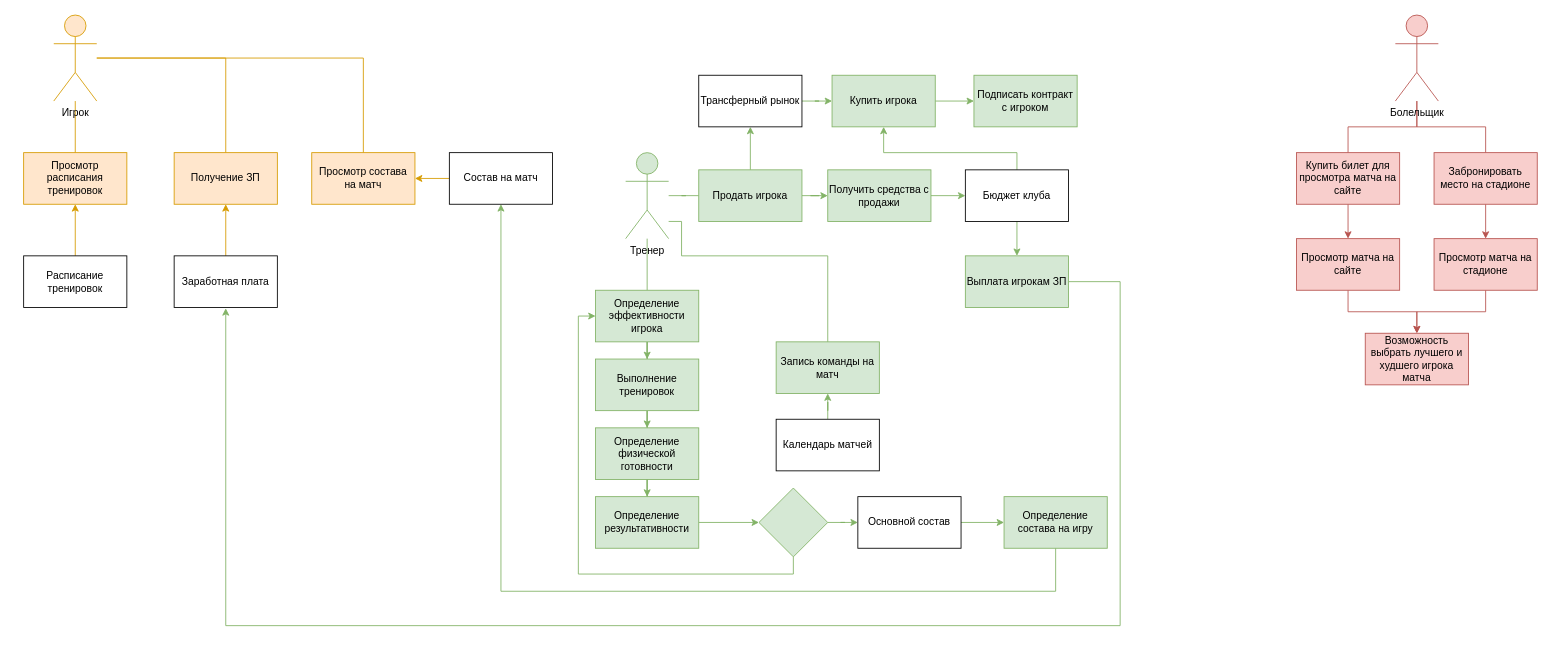
Before: DFD Diagramm.drawio in Alexsander996/football, a draw.io diagram. Source tidied: cells renumbered, new cells numbered last; positions are measured from the earlier drawing's top-left corner, leaving out a move shared by most shapes. Both pictures are drawn from the tidied source at 86%, with x=0, y=0 at pixel (23, 15).
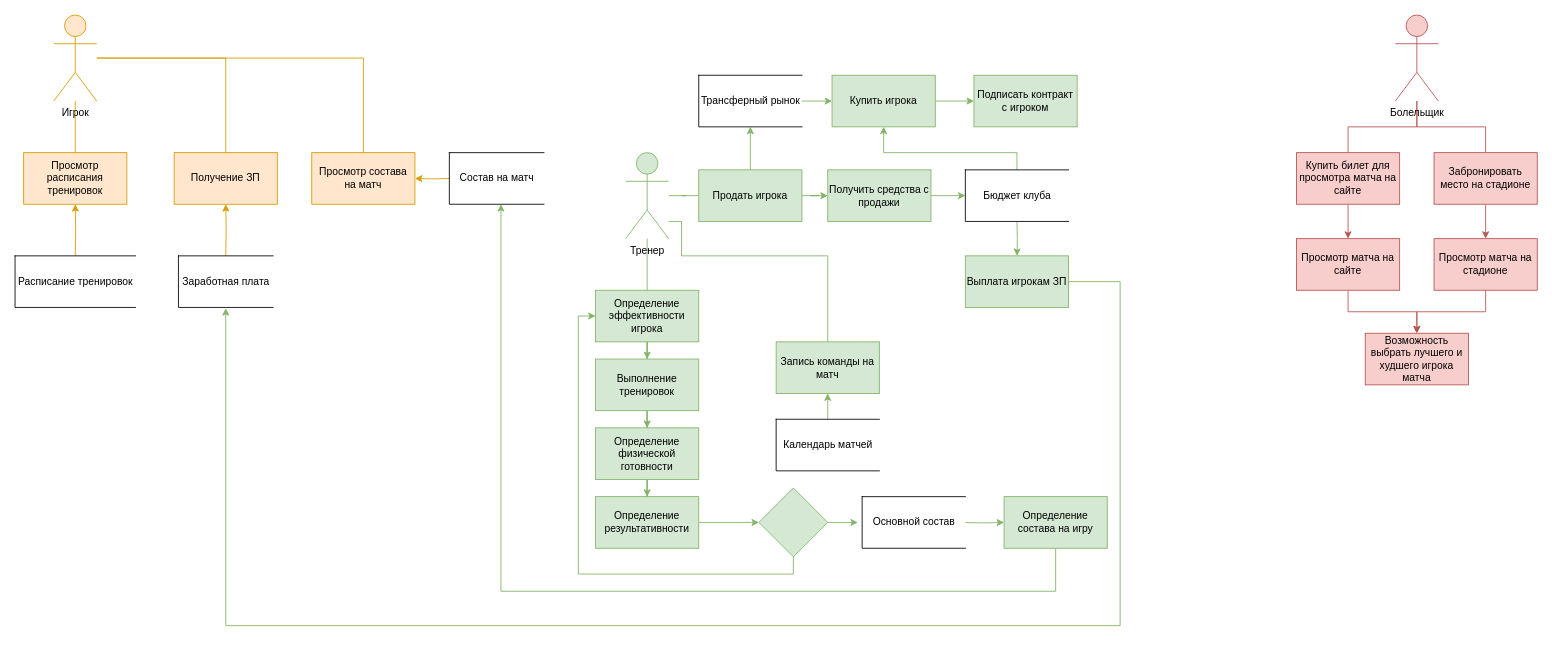
After the change.

The change refers to these unchanged cells:
```xml
<mxCell id="6" value="Просмотр расписания тренировок" style="rounded=0;whiteSpace=wrap;html=1;fillColor=#ffe6cc;strokeColor=#d79b00;" parent="1" vertex="1">
  <mxGeometry y="160" width="120" height="60" as="geometry" />
</mxCell>
<mxCell id="9" value="Получение ЗП" style="rounded=0;whiteSpace=wrap;html=1;fillColor=#ffe6cc;strokeColor=#d79b00;" parent="1" vertex="1">
  <mxGeometry x="175" y="160" width="120" height="60" as="geometry" />
</mxCell>
<mxCell id="12" value="Просмотр состава на матч" style="rounded=0;whiteSpace=wrap;html=1;fillColor=#ffe6cc;strokeColor=#d79b00;" parent="1" vertex="1">
  <mxGeometry x="335" y="160" width="120" height="60" as="geometry" />
</mxCell>
<mxCell id="22" value="Определение состава на игру" style="rounded=0;whiteSpace=wrap;html=1;fillColor=#d5e8d4;strokeColor=#82b366;" parent="1" vertex="1">
  <mxGeometry x="1140" y="560" width="120" height="60" as="geometry" />
</mxCell>
<mxCell id="24" value="Выплата игрокам ЗП" style="rounded=0;whiteSpace=wrap;html=1;fillColor=#d5e8d4;strokeColor=#82b366;" parent="1" vertex="1">
  <mxGeometry x="1095" y="280" width="120" height="60" as="geometry" />
</mxCell>
<mxCell id="25" value="Запись команды на матч" style="rounded=0;whiteSpace=wrap;html=1;fillColor=#d5e8d4;strokeColor=#82b366;" parent="1" vertex="1">
  <mxGeometry x="875" y="380" width="120" height="60" as="geometry" />
</mxCell>
<mxCell id="36" value="Купить игрока" style="rounded=0;whiteSpace=wrap;html=1;fillColor=#d5e8d4;strokeColor=#82b366;" parent="1" vertex="1">
  <mxGeometry x="940" y="70" width="120" height="60" as="geometry" />
</mxCell>
<mxCell id="40" value="Продать игрока" style="rounded=0;whiteSpace=wrap;html=1;fillColor=#d5e8d4;strokeColor=#82b366;" parent="1" vertex="1">
  <mxGeometry x="785" y="180" width="120" height="60" as="geometry" />
</mxCell>
<mxCell id="42" value="Получить средства с продажи" style="rounded=0;whiteSpace=wrap;html=1;fillColor=#d5e8d4;strokeColor=#82b366;" parent="1" vertex="1">
  <mxGeometry x="935" y="180" width="120" height="60" as="geometry" />
</mxCell>
<mxCell id="50" style="rhombus;whiteSpace=wrap;html=1;fillColor=#d5e8d4;strokeColor=#82b366;" parent="1" vertex="1">
  <mxGeometry x="855" y="550" width="80" height="80" as="geometry" />
</mxCell>
```

Change to the diagram source:
```diff
@@
-    <mxCell id="7" style="edgeStyle=orthogonalEdgeStyle;rounded=0;jettySize=auto;html=1;entryX=0.5;entryY=1;entryDx=0;entryDy=0;fillColor=#ffe6cc;strokeColor=#d79b00;" parent="1" edge="1" source="8" target="6">
-      <mxGeometry relative="1" as="geometry" />
+    <mxCell id="7" style="edgeStyle=orthogonalEdgeStyle;rounded=0;jettySize=auto;html=1;entryX=0.5;entryY=1;entryDx=0;entryDy=0;fillColor=#ffe6cc;strokeColor=#d79b00;" parent="1" edge="1" target="6">
+      <mxGeometry relative="1" as="geometry">
+        <mxPoint x="60" y="280" as="sourcePoint" />
+      </mxGeometry>
     </mxCell>
-    <mxCell id="8" value="Расписание тренировок" style="rounded=0;whiteSpace=wrap;html=1;" parent="1" vertex="1">
-      <mxGeometry y="280" width="120" height="60" as="geometry" />
-    </mxCell>
@@
-    <mxCell id="10" style="edgeStyle=orthogonalEdgeStyle;rounded=0;jettySize=auto;html=1;entryX=0.5;entryY=1;entryDx=0;entryDy=0;fillColor=#ffe6cc;strokeColor=#d79b00;" parent="1" edge="1" source="11" target="9">
-      <mxGeometry relative="1" as="geometry" />
+    <mxCell id="10" style="edgeStyle=orthogonalEdgeStyle;rounded=0;jettySize=auto;html=1;entryX=0.5;entryY=1;entryDx=0;entryDy=0;fillColor=#ffe6cc;strokeColor=#d79b00;" parent="1" edge="1" target="9">
+      <mxGeometry relative="1" as="geometry">
+        <mxPoint x="235" y="280" as="sourcePoint" />
+      </mxGeometry>
     </mxCell>
-    <mxCell id="11" value="Заработная плата" style="rounded=0;whiteSpace=wrap;html=1;" parent="1" vertex="1">
-      <mxGeometry x="175" y="280" width="120" height="60" as="geometry" />
-    </mxCell>
@@
-    <mxCell id="13" style="edgeStyle=orthogonalEdgeStyle;rounded=0;jettySize=auto;html=1;fillColor=#ffe6cc;strokeColor=#d79b00;" parent="1" edge="1" source="14" target="12">
-      <mxGeometry relative="1" as="geometry" />
+    <mxCell id="13" style="edgeStyle=orthogonalEdgeStyle;rounded=0;jettySize=auto;html=1;fillColor=#ffe6cc;strokeColor=#d79b00;" parent="1" edge="1" target="12">
+      <mxGeometry relative="1" as="geometry">
+        <mxPoint x="495" y="190" as="sourcePoint" />
+      </mxGeometry>
     </mxCell>
-    <mxCell id="14" value="Состав на матч" style="rounded=0;whiteSpace=wrap;html=1;" parent="1" vertex="1">
-      <mxGeometry x="495" y="160" width="120" height="60" as="geometry" />
-    </mxCell>
@@
-    <mxCell id="21" style="edgeStyle=orthogonalEdgeStyle;rounded=0;jettySize=auto;html=1;endArrow=classic;endFill=1;entryX=0.5;entryY=1;entryDx=0;entryDy=0;fillColor=#d5e8d4;strokeColor=#82b366;" parent="1" edge="1" source="22" target="14">
+    <mxCell id="21" style="edgeStyle=orthogonalEdgeStyle;rounded=0;jettySize=auto;html=1;endArrow=classic;endFill=1;entryX=0.5;entryY=1;entryDx=0;entryDy=0;fillColor=#d5e8d4;strokeColor=#82b366;" parent="1" edge="1" source="22">
       <mxGeometry relative="1" as="geometry">
+        <mxPoint x="555" y="220" as="targetPoint" />
         <Array as="points">
           <mxPoint x="1200" y="670" />
           <mxPoint x="555" y="670" />
         </Array>
       </mxGeometry>
     </mxCell>
@@
-    <mxCell id="39" style="edgeStyle=orthogonalEdgeStyle;rounded=0;jettySize=auto;html=1;entryX=0.5;entryY=1;entryDx=0;entryDy=0;endArrow=classic;endFill=1;fillColor=#d5e8d4;strokeColor=#82b366;" parent="1" edge="1" source="40" target="47">
-      <mxGeometry relative="1" as="geometry" />
+    <mxCell id="39" style="edgeStyle=orthogonalEdgeStyle;rounded=0;jettySize=auto;html=1;entryX=0.5;entryY=1;entryDx=0;entryDy=0;endArrow=classic;endFill=1;fillColor=#d5e8d4;strokeColor=#82b366;" parent="1" edge="1" source="40">
+      <mxGeometry relative="1" as="geometry">
+        <mxPoint x="845" y="130" as="targetPoint" />
+      </mxGeometry>
     </mxCell>
@@
-    <mxCell id="41" style="edgeStyle=orthogonalEdgeStyle;rounded=0;jettySize=auto;html=1;entryX=0;entryY=0.5;entryDx=0;entryDy=0;endArrow=classic;endFill=1;fillColor=#d5e8d4;strokeColor=#82b366;" parent="1" edge="1" source="42" target="45">
-      <mxGeometry relative="1" as="geometry" />
+    <mxCell id="41" style="edgeStyle=orthogonalEdgeStyle;rounded=0;jettySize=auto;html=1;entryX=0;entryY=0.5;entryDx=0;entryDy=0;endArrow=classic;endFill=1;fillColor=#d5e8d4;strokeColor=#82b366;" parent="1" edge="1" source="42">
+      <mxGeometry relative="1" as="geometry">
+        <mxPoint x="1095" y="210" as="targetPoint" />
+      </mxGeometry>
     </mxCell>
@@
-    <mxCell id="43" style="edgeStyle=orthogonalEdgeStyle;rounded=0;jettySize=auto;html=1;entryX=0.5;entryY=1;entryDx=0;entryDy=0;endArrow=classic;endFill=1;fillColor=#d5e8d4;strokeColor=#82b366;" parent="1" edge="1" source="45" target="36">
+    <mxCell id="43" style="edgeStyle=orthogonalEdgeStyle;rounded=0;jettySize=auto;html=1;entryX=0.5;entryY=1;entryDx=0;entryDy=0;endArrow=classic;endFill=1;fillColor=#d5e8d4;strokeColor=#82b366;" parent="1" edge="1" target="36">
       <mxGeometry relative="1" as="geometry">
+        <mxPoint x="1155" y="180" as="sourcePoint" />
         <Array as="points">
           <mxPoint x="1155" y="160" />
           <mxPoint x="1000" y="160" />
         </Array>
       </mxGeometry>
     </mxCell>
-    <mxCell id="44" style="edgeStyle=orthogonalEdgeStyle;rounded=0;jettySize=auto;html=1;entryX=0.5;entryY=0;entryDx=0;entryDy=0;endArrow=classic;endFill=1;fillColor=#d5e8d4;strokeColor=#82b366;" parent="1" edge="1" source="45" target="24">
-      <mxGeometry relative="1" as="geometry" />
+    <mxCell id="44" style="edgeStyle=orthogonalEdgeStyle;rounded=0;jettySize=auto;html=1;entryX=0.5;entryY=0;entryDx=0;entryDy=0;endArrow=classic;endFill=1;fillColor=#d5e8d4;strokeColor=#82b366;" parent="1" edge="1" target="24">
+      <mxGeometry relative="1" as="geometry">
+        <mxPoint x="1155" y="240" as="sourcePoint" />
+      </mxGeometry>
     </mxCell>
-    <mxCell id="45" value="Бюджет клуба" style="rounded=0;whiteSpace=wrap;html=1;" parent="1" vertex="1">
-      <mxGeometry x="1095" y="180" width="120" height="60" as="geometry" />
-    </mxCell>
-    <mxCell id="46" style="edgeStyle=orthogonalEdgeStyle;rounded=0;jettySize=auto;html=1;entryX=0;entryY=0.5;entryDx=0;entryDy=0;endArrow=classic;endFill=1;fillColor=#d5e8d4;strokeColor=#82b366;" parent="1" edge="1" source="47" target="36">
-      <mxGeometry relative="1" as="geometry" />
+    <mxCell id="46" style="edgeStyle=orthogonalEdgeStyle;rounded=0;jettySize=auto;html=1;entryX=0;entryY=0.5;entryDx=0;entryDy=0;endArrow=classic;endFill=1;fillColor=#d5e8d4;strokeColor=#82b366;" parent="1" edge="1" target="36">
+      <mxGeometry relative="1" as="geometry">
+        <mxPoint x="905" y="100" as="sourcePoint" />
+      </mxGeometry>
     </mxCell>
-    <mxCell id="47" value="Трансферный рынок" style="rounded=0;whiteSpace=wrap;html=1;" parent="1" vertex="1">
-      <mxGeometry x="785" y="70" width="120" height="60" as="geometry" />
-    </mxCell>
-    <mxCell id="48" style="edgeStyle=orthogonalEdgeStyle;rounded=0;jettySize=auto;html=1;entryX=0;entryY=0.5;entryDx=0;entryDy=0;endArrow=classic;endFill=1;fillColor=#d5e8d4;strokeColor=#82b366;" parent="1" edge="1" source="50" target="52">
-      <mxGeometry relative="1" as="geometry" />
+    <mxCell id="48" style="edgeStyle=orthogonalEdgeStyle;rounded=0;jettySize=auto;html=1;entryX=0;entryY=0.5;entryDx=0;entryDy=0;endArrow=classic;endFill=1;fillColor=#d5e8d4;strokeColor=#82b366;" parent="1" edge="1" source="50">
+      <mxGeometry relative="1" as="geometry">
+        <mxPoint x="970" y="590" as="targetPoint" />
+      </mxGeometry>
     </mxCell>
@@
-    <mxCell id="51" style="edgeStyle=orthogonalEdgeStyle;rounded=0;jettySize=auto;html=1;entryX=0;entryY=0.5;entryDx=0;entryDy=0;endArrow=classic;endFill=1;fillColor=#d5e8d4;strokeColor=#82b366;" parent="1" edge="1" source="52" target="22">
-      <mxGeometry relative="1" as="geometry" />
+    <mxCell id="51" style="edgeStyle=orthogonalEdgeStyle;rounded=0;jettySize=auto;html=1;entryX=0;entryY=0.5;entryDx=0;entryDy=0;endArrow=classic;endFill=1;fillColor=#d5e8d4;strokeColor=#82b366;" parent="1" edge="1" target="22">
+      <mxGeometry relative="1" as="geometry">
+        <mxPoint x="1090" y="590" as="sourcePoint" />
+      </mxGeometry>
     </mxCell>
-    <mxCell id="52" value="Основной состав" style="rounded=0;whiteSpace=wrap;html=1;" parent="1" vertex="1">
-      <mxGeometry x="970" y="560" width="120" height="60" as="geometry" />
-    </mxCell>
-    <mxCell id="53" style="edgeStyle=orthogonalEdgeStyle;rounded=0;jettySize=auto;html=1;entryX=0.5;entryY=1;entryDx=0;entryDy=0;endArrow=classic;endFill=1;fillColor=#d5e8d4;strokeColor=#82b366;" parent="1" edge="1" source="54" target="25">
-      <mxGeometry relative="1" as="geometry" />
+    <mxCell id="53" style="edgeStyle=orthogonalEdgeStyle;rounded=0;jettySize=auto;html=1;entryX=0.5;entryY=1;entryDx=0;entryDy=0;endArrow=classic;endFill=1;fillColor=#d5e8d4;strokeColor=#82b366;" parent="1" edge="1" target="25">
+      <mxGeometry relative="1" as="geometry">
+        <mxPoint x="935" y="470" as="sourcePoint" />
+      </mxGeometry>
     </mxCell>
-    <mxCell id="54" value="Календарь матчей" style="rounded=0;whiteSpace=wrap;html=1;" parent="1" vertex="1">
-      <mxGeometry x="875" y="470" width="120" height="60" as="geometry" />
-    </mxCell>
@@
+    <mxCell id="11" value="Заработная плата" style="html=1;dashed=0;whitespace=wrap;shape=partialRectangle;right=0;" parent="1" vertex="1">
+      <mxGeometry x="180" y="280" width="110" height="60" as="geometry" />
+    </mxCell>
+    <mxCell id="8" value="Расписание тренировок" style="html=1;dashed=0;whitespace=wrap;shape=partialRectangle;right=0;" parent="1" vertex="1">
+      <mxGeometry x="-10" y="280" width="140" height="60" as="geometry" />
+    </mxCell>
+    <mxCell id="14" value="Состав на матч" style="html=1;dashed=0;whitespace=wrap;shape=partialRectangle;right=0;" parent="1" vertex="1">
+      <mxGeometry x="495" y="160" width="110" height="60" as="geometry" />
+    </mxCell>
+    <mxCell id="47" value="Трансферный рынок" style="html=1;dashed=0;whitespace=wrap;shape=partialRectangle;right=0;" parent="1" vertex="1">
+      <mxGeometry x="785" y="70" width="120" height="60" as="geometry" />
+    </mxCell>
+    <mxCell id="45" value="Бюджет клуба" style="html=1;dashed=0;whitespace=wrap;shape=partialRectangle;right=0;" parent="1" vertex="1">
+      <mxGeometry x="1095" y="180" width="120" height="60" as="geometry" />
+    </mxCell>
+    <mxCell id="54" value="Календарь матчей" style="html=1;dashed=0;whitespace=wrap;shape=partialRectangle;right=0;" parent="1" vertex="1">
+      <mxGeometry x="875" y="470" width="120" height="60" as="geometry" />
+    </mxCell>
+    <mxCell id="52" value="Основной состав" style="html=1;dashed=0;whitespace=wrap;shape=partialRectangle;right=0;" parent="1" vertex="1">
+      <mxGeometry x="975" y="560" width="120" height="60" as="geometry" />
+    </mxCell>
```
